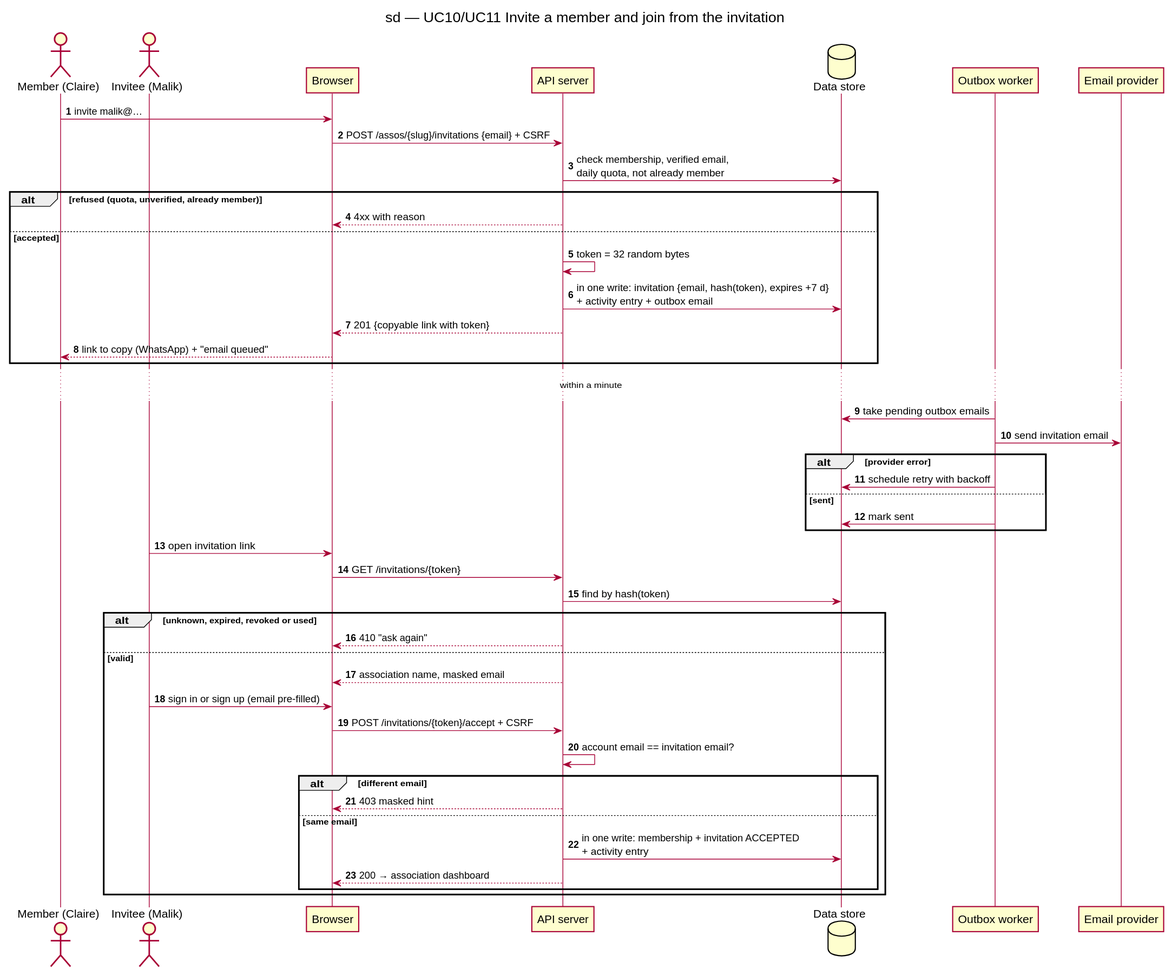
benoit-bremaud/HappiHub keeps this PlantUML diagram as docs/architecture/diagrams/v1-events/02b-sequence-invite-and-join.svg. Above is the earlier version. Its diagram source:
```plantuml
@startuml
title sd — UC10/UC11 Invite a member and join from the invitation
skinparam shadowing false
autonumber
actor "Member (Claire)" as C
actor "Invitee (Malik)" as K
participant "Browser" as B
participant "API server" as A
database "Data store" as D
participant "Outbox worker" as W
participant "Email provider" as E

C -> B : invite malik@…
B -> A : POST /assos/{slug}/invitations {email} + CSRF
A -> D : check membership, verified email,\ndaily quota, not already member
alt refused (quota, unverified, already member)
  A --> B : 4xx with reason
else accepted
  A -> A : token = 32 random bytes
  A -> D : in one write: invitation {email, hash(token), expires +7 d}\n+ activity entry + outbox email
  A --> B : 201 {copyable link with token}
  B --> C : link to copy (WhatsApp) + "email queued"
end
...within a minute...
W -> D : take pending outbox emails
W -> E : send invitation email
alt provider error
  W -> D : schedule retry with backoff
else sent
  W -> D : mark sent
end
K -> B : open invitation link
B -> A : GET /invitations/{token}
A -> D : find by hash(token)
alt unknown, expired, revoked or used
  A --> B : 410 "ask again"
else valid
  A --> B : association name, masked email
  K -> B : sign in or sign up (email pre-filled)
  B -> A : POST /invitations/{token}/accept + CSRF
  A -> A : account email == invitation email?
  alt different email
    A --> B : 403 masked hint
  else same email
    A -> D : in one write: membership + invitation ACCEPTED\n+ activity entry
    A --> B : 200 → association dashboard
  end
end
@enduml
```
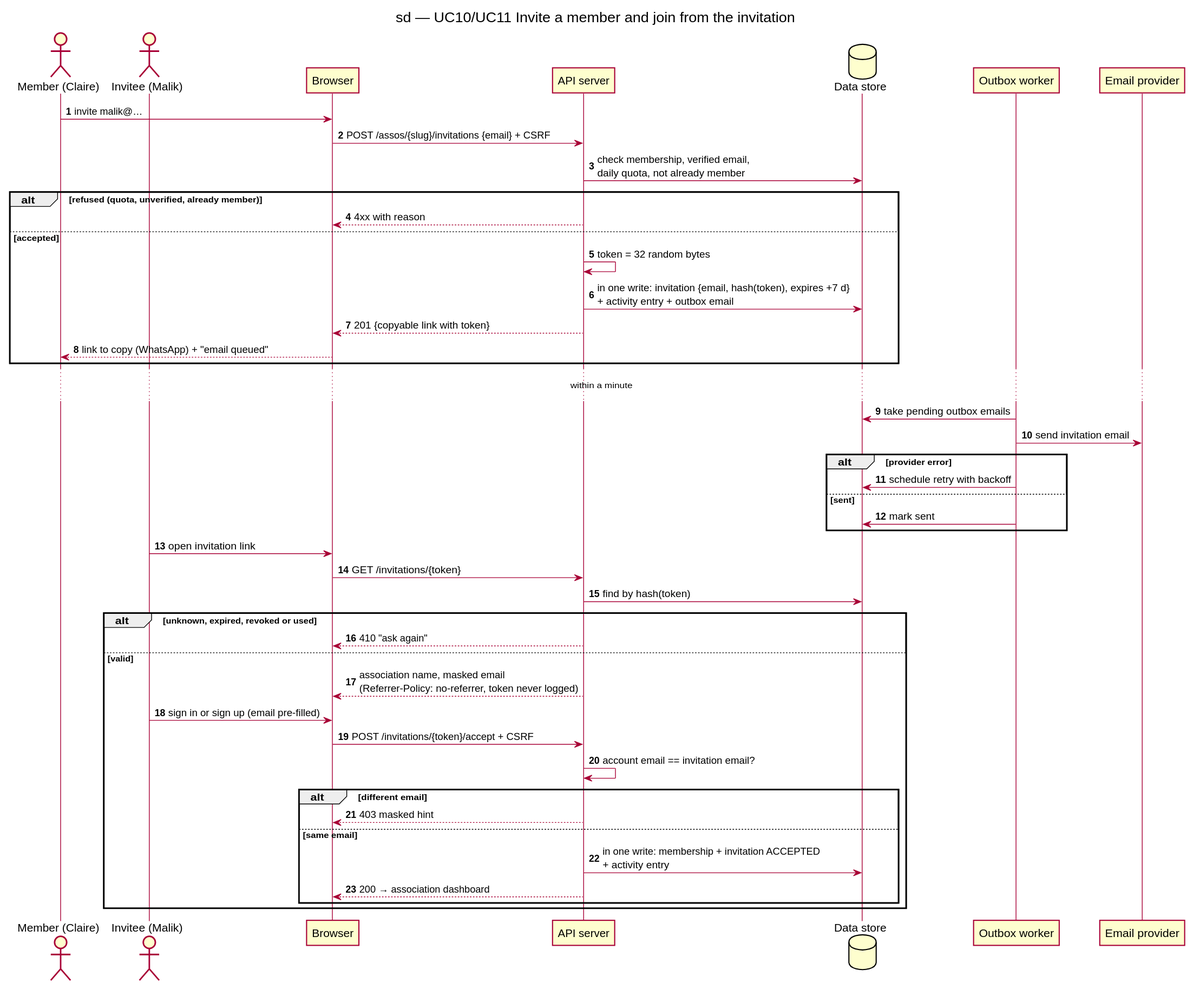
After the commit.

The edit, as a diff of the source:
```diff
@@ -35,7 +35,7 @@
 alt unknown, expired, revoked or used
   A --> B : 410 "ask again"
 else valid
-  A --> B : association name, masked email
+  A --> B : association name, masked email\n(Referrer-Policy: no-referrer, token never logged)
   K -> B : sign in or sign up (email pre-filled)
   B -> A : POST /invitations/{token}/accept + CSRF
   A -> A : account email == invitation email?
```
